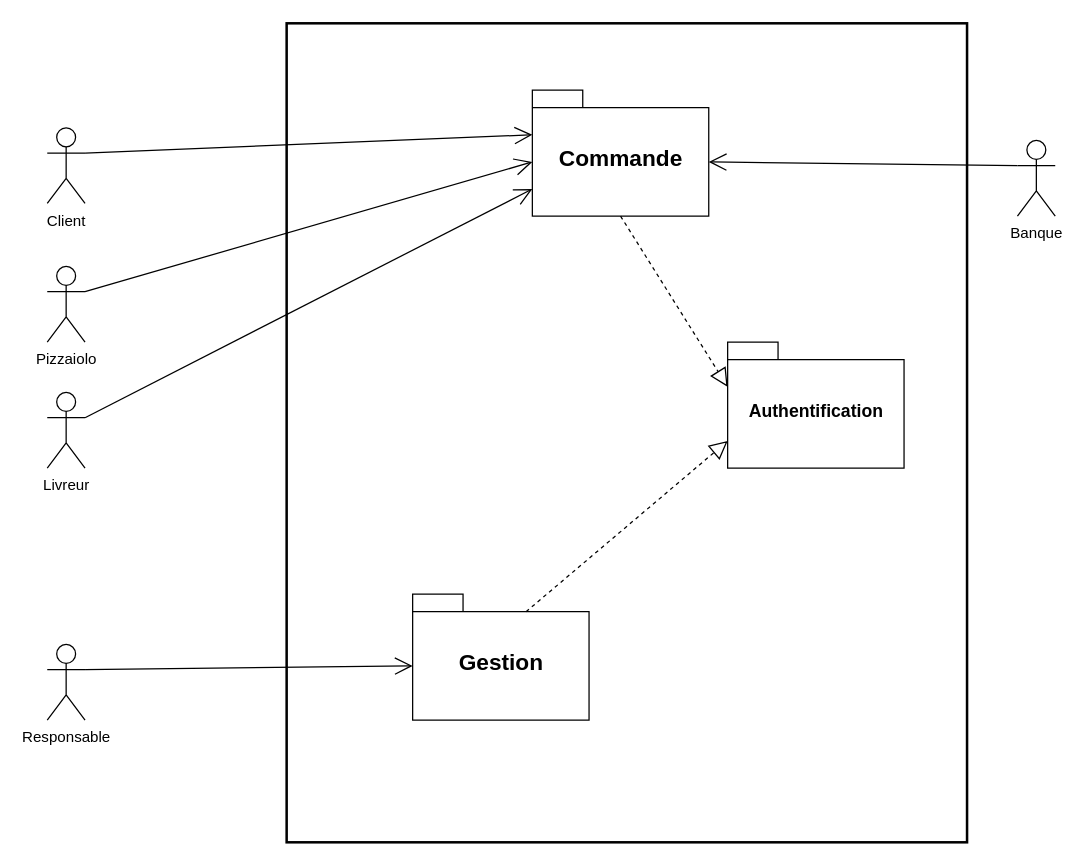
The draw.io diagram diagrams/useCase/packagesDiagram.drawio in gsagot/oc_p6_ocPizza, before the edit. Source tidied: cells renumbered, new cells numbered last; positions are measured from the earlier drawing's top-left corner, leaving out a move shared by most shapes. Both pictures are drawn from the tidied source at 126%, with x=0, y=0 at pixel (47, 23).
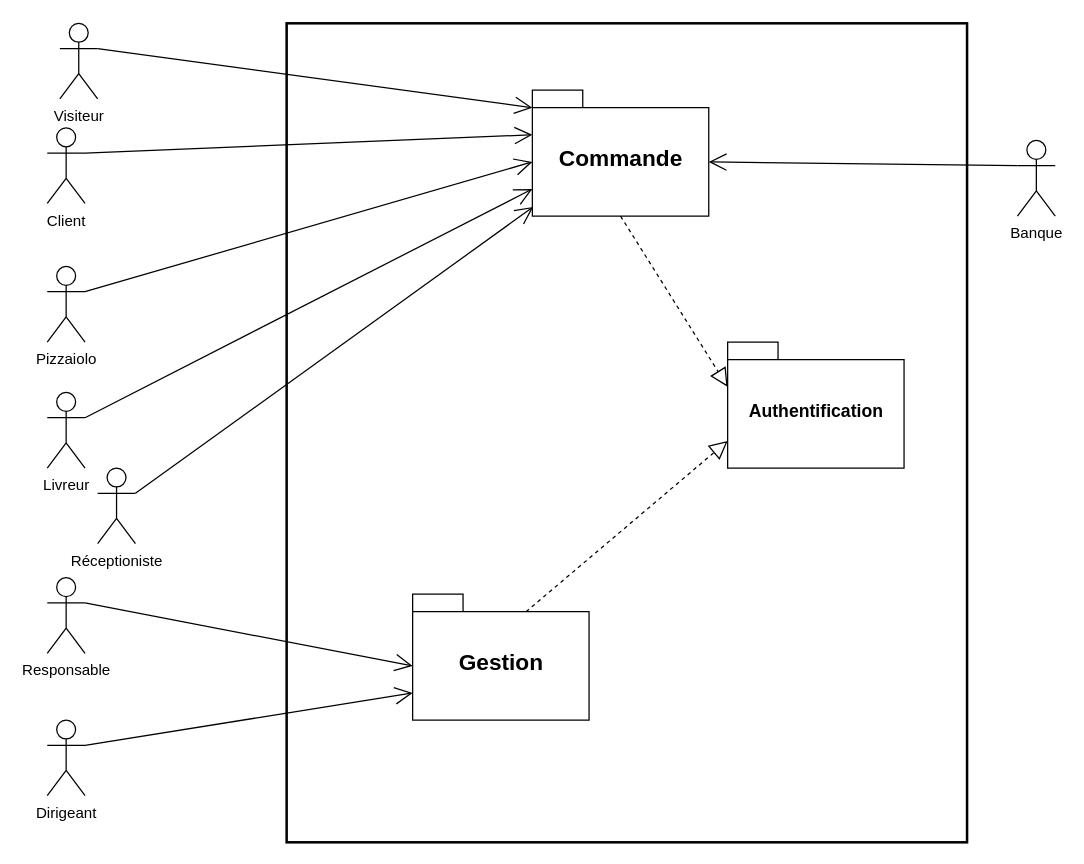
The same page after the edit.

The change refers to these unchanged cells:
```xml
<mxCell id="5" value="&lt;font style=&quot;font-size: 18px&quot;&gt;Gestion&lt;/font&gt;" style="shape=folder;fontStyle=1;spacingTop=10;tabWidth=40;tabHeight=14;tabPosition=left;html=1;" parent="1" vertex="1">
  <mxGeometry x="290" y="453" width="140" height="100" as="geometry" />
</mxCell>
<mxCell id="7" value="&lt;font style=&quot;font-size: 18px&quot;&gt;Commande&lt;/font&gt;" style="shape=folder;fontStyle=1;spacingTop=10;tabWidth=40;tabHeight=14;tabPosition=left;html=1;" parent="1" vertex="1">
  <mxGeometry x="385" y="53" width="140" height="100" as="geometry" />
</mxCell>
```

The edit, as a diff of the source:
```diff
@@
-    <mxCell id="2" style="html=1;strokeWidth=2;" parent="1" vertex="1">
-      <mxGeometry x="190" width="540" height="650" as="geometry" />
-    </mxCell>
+    <mxCell id="18" style="html=1;strokeWidth=2;" parent="1" vertex="1">
+      <mxGeometry x="190" width="540" height="650" as="geometry" />
+    </mxCell>
@@
     <mxCell id="4" value="Responsable" style="shape=umlActor;verticalLabelPosition=bottom;verticalAlign=top;html=1;" parent="1" vertex="1">
-      <mxGeometry y="493" width="30" height="60" as="geometry" />
+      <mxGeometry y="440" width="30" height="60" as="geometry" />
     </mxCell>
@@
+    <mxCell id="19" value="Dirigeant" style="shape=umlActor;verticalLabelPosition=bottom;verticalAlign=top;html=1;" parent="1" vertex="1">
+      <mxGeometry y="553" width="30" height="60" as="geometry" />
+    </mxCell>
+    <mxCell id="20" style="endArrow=open;endFill=1;endSize=12;html=1;exitX=1;exitY=0.3333333333333333;exitDx=0;exitDy=0;exitPerimeter=0;entryX=0;entryY=0;entryDx=0;entryDy=78.5;entryPerimeter=0;" parent="1" edge="1" source="19" target="5">
+      <mxGeometry relative="1" as="geometry" />
+    </mxCell>
+    <mxCell id="21" value="Réceptioniste" style="shape=umlActor;verticalLabelPosition=bottom;verticalAlign=top;html=1;" parent="1" vertex="1">
+      <mxGeometry x="40" y="353" width="30" height="60" as="geometry" />
+    </mxCell>
+    <mxCell id="22" style="endArrow=open;endFill=1;endSize=12;html=1;exitX=1;exitY=0.3333333333333333;exitDx=0;exitDy=0;exitPerimeter=0;entryX=0.005;entryY=0.927;entryDx=0;entryDy=0;entryPerimeter=0;" parent="1" edge="1" source="21" target="7">
+      <mxGeometry relative="1" as="geometry" />
+    </mxCell>
+    <mxCell id="23" value="Visiteur" style="shape=umlActor;verticalLabelPosition=bottom;verticalAlign=top;html=1;" parent="1" vertex="1">
+      <mxGeometry x="10" width="30" height="60" as="geometry" />
+    </mxCell>
+    <mxCell id="24" style="endArrow=open;endFill=1;endSize=12;html=1;exitX=1;exitY=0.3333333333333333;exitDx=0;exitDy=0;exitPerimeter=0;entryX=0;entryY=0;entryDx=0;entryDy=14;entryPerimeter=0;" parent="1" edge="1" source="23" target="7">
+      <mxGeometry relative="1" as="geometry" />
+    </mxCell>
```
